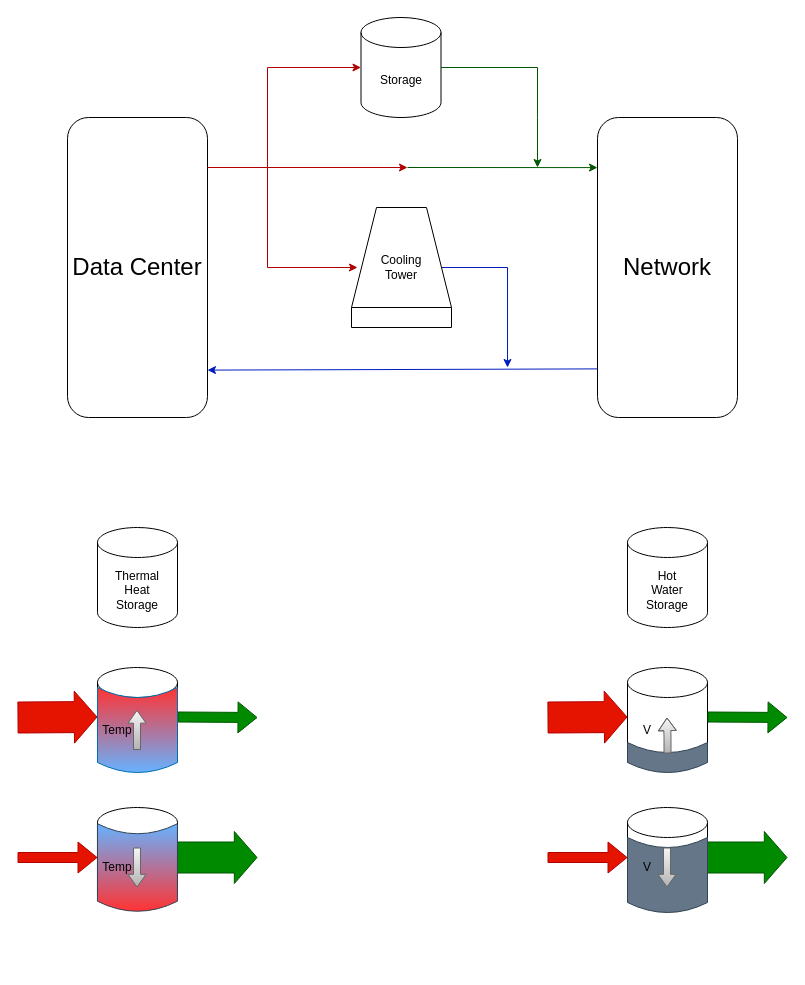
Before: Diagramme sans nom.drawio in Maxime-samoey-ulb/master_thesis_202425, a draw.io diagram. Source tidied: cells renumbered, new cells numbered last; positions are measured from the earlier drawing's top-left corner, leaving out a move shared by most shapes. Both pictures are drawn from the tidied source at 100%, with x=0, y=0 at pixel (17, 17).
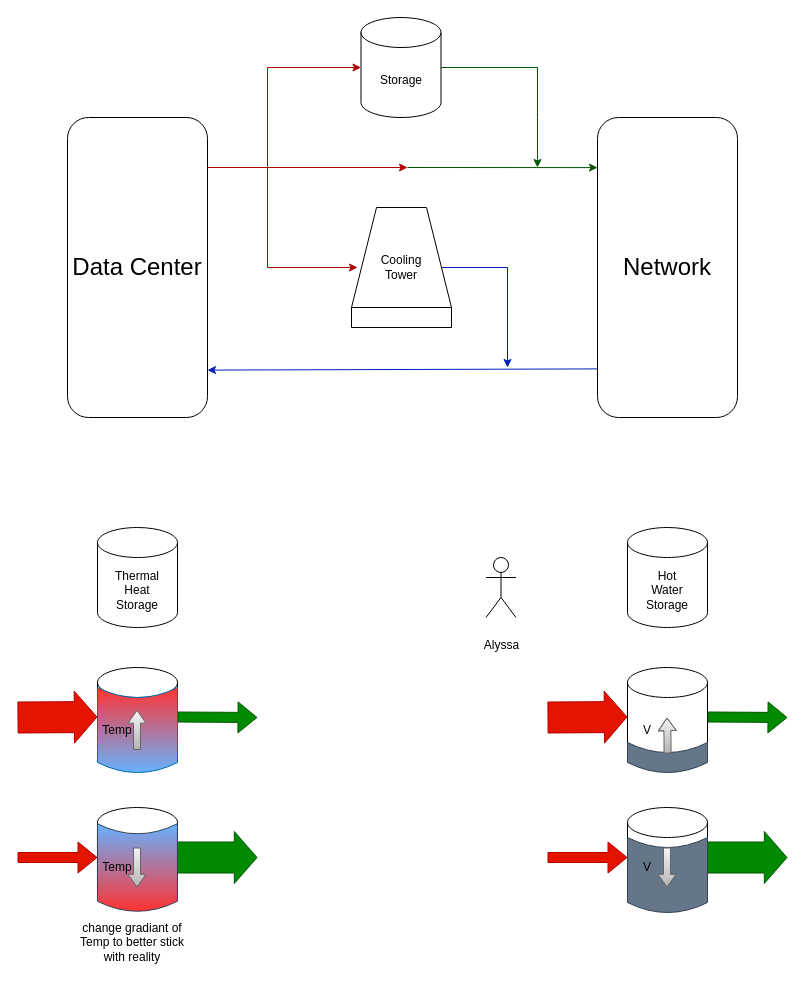
Above is the later version.

What changed in the source:
```diff
@@
+    <mxCell id="40" value="&lt;br&gt;&lt;div&gt;Alyssa&lt;/div&gt;" style="shape=umlActor;verticalLabelPosition=bottom;verticalAlign=top;html=1;" parent="1" vertex="1">
+      <mxGeometry x="468.5" y="540" width="30" height="60" as="geometry" />
+    </mxCell>
+    <mxCell id="41" value="change gradiant of Temp to better stick with reality" style="text;html=1;align=center;verticalAlign=middle;whiteSpace=wrap;rounded=0;" parent="1" vertex="1">
+      <mxGeometry x="50" y="900" width="130" height="50" as="geometry" />
+    </mxCell>
```
